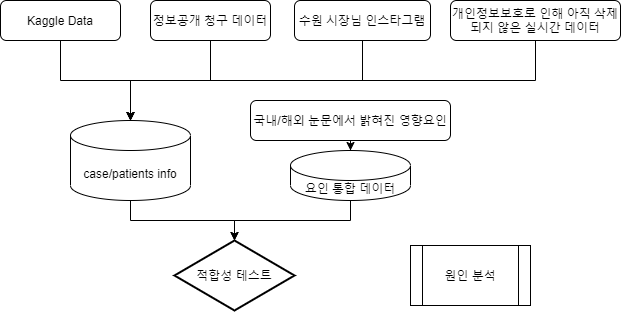
Above: Corona_infection.png in jinwooahnKHU/Creative_project_2020 (draw.io), before the change. Source tidied: cells renumbered, new cells last; positions are measured from the earlier drawing's top-left corner, leaving out a move shared by most shapes.
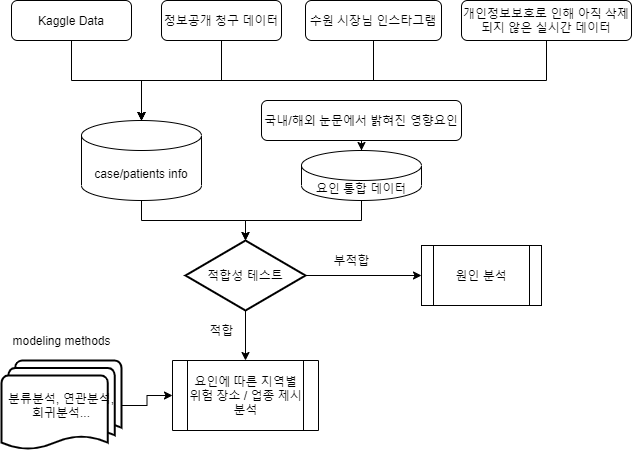
Later version of the same file.

The edit, as a diff of the source:
```diff
@@ -46,11 +46,35 @@
     <mxCell id="15" value="요인 통합 데이터" style="shape=cylinder3;whiteSpace=wrap;html=1;boundedLbl=1;backgroundOutline=1;size=15;" parent="1" vertex="1">
       <mxGeometry x="290" y="150" width="120" height="50" as="geometry" />
     </mxCell>
+    <mxCell id="18" style="edgeStyle=orthogonalEdgeStyle;rounded=0;jettySize=auto;html=1;exitX=1;exitY=0.5;exitDx=0;exitDy=0;exitPerimeter=0;entryX=0;entryY=0.5;entryDx=0;entryDy=0;" parent="1" edge="1" source="16" target="17">
+      <mxGeometry relative="1" as="geometry" />
+    </mxCell>
+    <mxCell id="19" style="edgeStyle=orthogonalEdgeStyle;rounded=0;jettySize=auto;html=1;exitX=0.5;exitY=1;exitDx=0;exitDy=0;exitPerimeter=0;" parent="1" edge="1" source="16" target="21">
+      <mxGeometry relative="1" as="geometry" />
+    </mxCell>
     <mxCell id="16" value="적합성 테스트" style="strokeWidth=2;html=1;shape=mxgraph.flowchart.decision;whiteSpace=wrap;" parent="1" vertex="1">
       <mxGeometry x="174" y="240" width="120" height="70" as="geometry" />
     </mxCell>
     <mxCell id="17" value="원인 분석" style="shape=process;whiteSpace=wrap;html=1;backgroundOutline=1;" parent="1" vertex="1">
       <mxGeometry x="410" y="245" width="120" height="60" as="geometry" />
     </mxCell>
+    <mxCell id="20" value="부적합" style="text;html=1;align=center;verticalAlign=middle;" parent="1" vertex="1">
+      <mxGeometry x="315" y="250" width="50" height="20" as="geometry" />
+    </mxCell>
+    <mxCell id="21" value="요인에 따른 지역별 위험 장소 / 업종 제시 분석" style="shape=process;whiteSpace=wrap;html=1;backgroundOutline=1;direction=west;" parent="1" vertex="1">
+      <mxGeometry x="161" y="360" width="146" height="70" as="geometry" />
+    </mxCell>
+    <mxCell id="22" value="적합" style="text;html=1;align=center;verticalAlign=middle;" parent="1" vertex="1">
+      <mxGeometry x="190" y="320" width="40" height="20" as="geometry" />
+    </mxCell>
+    <mxCell id="23" style="edgeStyle=orthogonalEdgeStyle;rounded=0;jettySize=auto;html=1;exitX=1;exitY=0.5;exitDx=0;exitDy=0;exitPerimeter=0;entryX=1;entryY=0.5;entryDx=0;entryDy=0;" parent="1" edge="1" source="24" target="21">
+      <mxGeometry relative="1" as="geometry" />
+    </mxCell>
+    <mxCell id="24" value="분류분석, 연관분석,&lt;br&gt;회귀분석..." style="strokeWidth=2;html=1;shape=mxgraph.flowchart.multi-document;whiteSpace=wrap;" parent="1" vertex="1">
+      <mxGeometry x="-10" y="360" width="120" height="90" as="geometry" />
+    </mxCell>
+    <mxCell id="25" value="modeling methods" style="text;html=1;align=center;verticalAlign=middle;" parent="1" vertex="1">
+      <mxGeometry x="-5" y="330" width="110" height="20" as="geometry" />
+    </mxCell>
   </root>
 </mxGraphModel>
```
